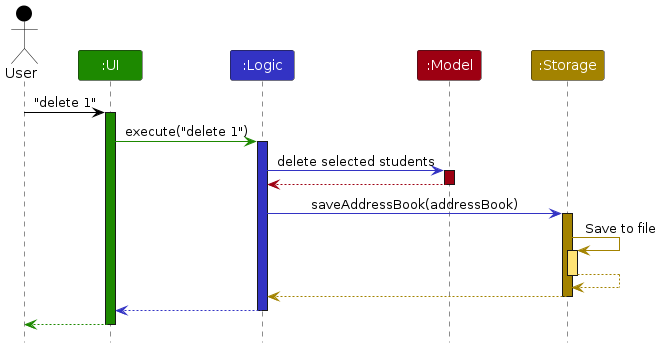
Earlier version of the PlantUML export diagrams/ArchitectureSequenceDiagram.png (AY2627S1-CS2103T-T11-2/tp). Its source is kept beside it as diagrams/ArchitectureSequenceDiagram.puml.
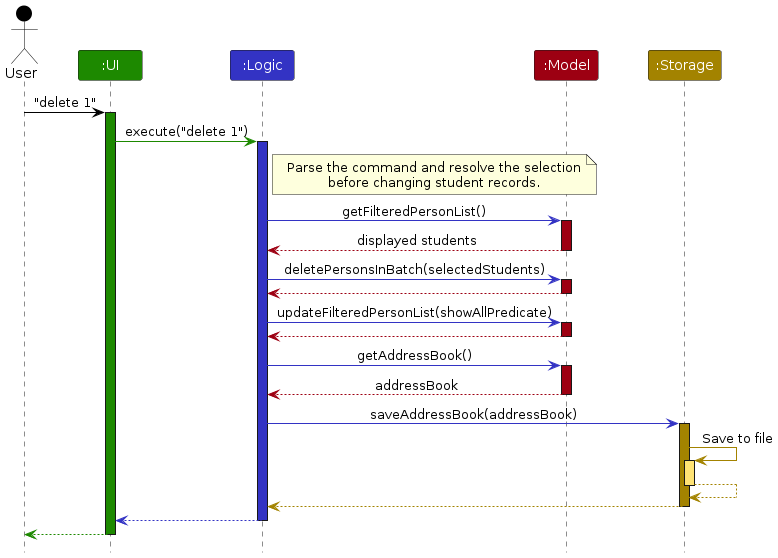
The same diagram one commit later.

Change to the diagram source:
```diff
@@ -14,10 +14,30 @@
 ui -[UI_COLOR]> logic : execute("delete 1")
 activate logic LOGIC_COLOR
 
-logic -[LOGIC_COLOR]> model : delete selected students
+note right of logic
+Parse the command and resolve the selection
+before changing student records.
+end note
+
+logic -[LOGIC_COLOR]> model : getFilteredPersonList()
 activate model MODEL_COLOR
 
-model -[MODEL_COLOR]-> logic
+model --[MODEL_COLOR]> logic : displayed students
+deactivate model
+
+logic -[LOGIC_COLOR]> model : deletePersonsInBatch(selectedStudents)
+activate model MODEL_COLOR
+model --[MODEL_COLOR]> logic
+deactivate model
+
+logic -[LOGIC_COLOR]> model : updateFilteredPersonList(showAllPredicate)
+activate model MODEL_COLOR
+model --[MODEL_COLOR]> logic
+deactivate model
+
+logic -[LOGIC_COLOR]> model : getAddressBook()
+activate model MODEL_COLOR
+model --[MODEL_COLOR]> logic : addressBook
 deactivate model
 
 logic -[LOGIC_COLOR]> storage : saveAddressBook(addressBook)
```
